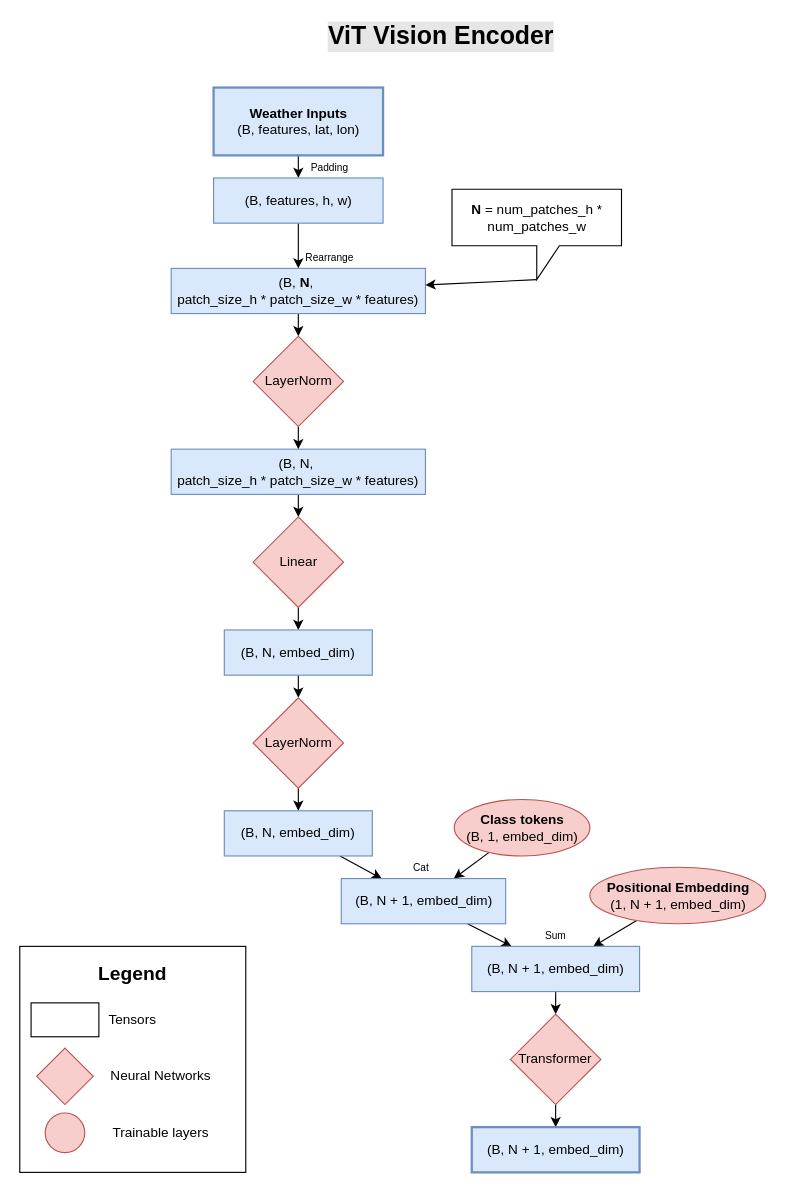
Above: page "ViT" (5 of 5) of doc/model_diagrams/model_diagrams.drawio in meteofrance/mfai (draw.io), before the change. Source tidied: cells renumbered, new cells numbered last; positions are measured from the earlier drawing's top-left corner, leaving out a move shared by most shapes. Both pictures are drawn from the tidied source at 113%, with x=0, y=0 at pixel (19, 19).
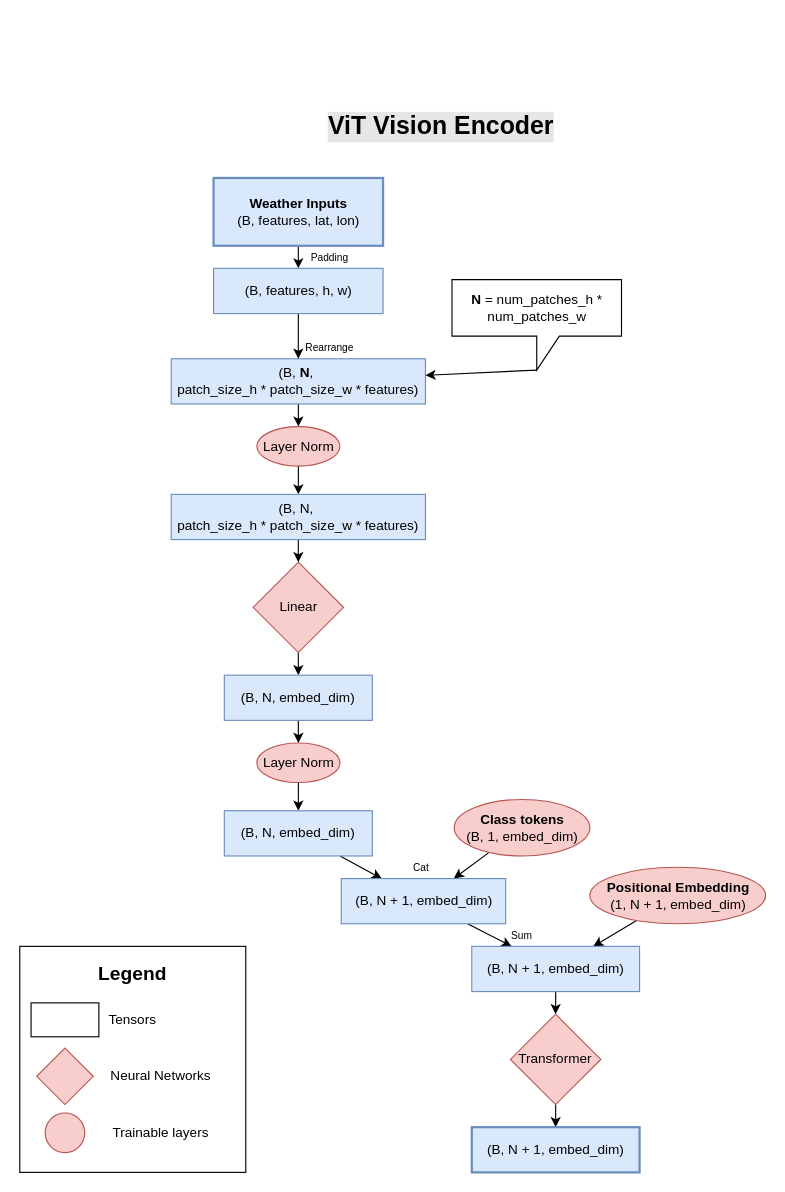
The same diagram, later.

The change refers to these unchanged cells:
```xml
<mxCell id="22" value="&lt;div&gt;(B,&amp;nbsp;&lt;span style=&quot;color: rgb(0, 0, 0); background-color: transparent;&quot;&gt;N&lt;/span&gt;&lt;span style=&quot;background-color: transparent;&quot;&gt;,&amp;nbsp;&lt;/span&gt;&lt;span style=&quot;background-color: transparent;&quot;&gt;embed_dim)&lt;/span&gt;&lt;/div&gt;" style="rounded=0;whiteSpace=wrap;html=1;fillColor=#dae8fc;strokeColor=#6c8ebf;strokeWidth=1;" parent="1" vertex="1">
  <mxGeometry x="181" y="700" width="131" height="40" as="geometry" />
</mxCell>
```

Diff of the diagram source:
```diff
@@
     <mxCell id="3" value="&lt;b&gt;Weather Inputs&lt;/b&gt;&lt;div&gt;(B, features, lat, lon)&lt;/div&gt;" style="rounded=0;whiteSpace=wrap;html=1;fillColor=#dae8fc;strokeColor=#6c8ebf;strokeWidth=2;" parent="1" vertex="1">
-      <mxGeometry x="171.5" y="60" width="150" height="60" as="geometry" />
+      <mxGeometry x="171.5" y="140" width="150" height="60" as="geometry" />
     </mxCell>
     <mxCell id="4" value="ViT Vision Encoder" style="text;html=1;align=center;verticalAlign=middle;whiteSpace=wrap;rounded=0;fontSize=22;fontStyle=1;labelBackgroundColor=#E6E6E6;" parent="1" vertex="1">
-      <mxGeometry x="183" width="380" height="30" as="geometry" />
+      <mxGeometry x="183" y="80" width="380" height="30" as="geometry" />
     </mxCell>
-    <mxCell id="5" style="edgeStyle=none;html=1;" parent="1" edge="1" source="6" target="12">
+    <mxCell id="5" style="edgeStyle=none;html=1;entryX=0.5;entryY=0;entryDx=0;entryDy=0;" parent="1" edge="1" source="6" target="46">
       <mxGeometry relative="1" as="geometry" />
     </mxCell>
     <mxCell id="6" value="&lt;div&gt;(B,&amp;nbsp;&lt;span style=&quot;background-color: transparent;&quot;&gt;&lt;b&gt;N&lt;/b&gt;,&amp;nbsp;&lt;/span&gt;&lt;/div&gt;&lt;div&gt;patch_size_h * patch_size_w * features)&lt;/div&gt;" style="rounded=0;whiteSpace=wrap;html=1;fillColor=#dae8fc;strokeColor=#6c8ebf;strokeWidth=1;" parent="1" vertex="1">
-      <mxGeometry x="134" y="220" width="225" height="40" as="geometry" />
+      <mxGeometry x="134" y="300" width="225" height="40" as="geometry" />
     </mxCell>
@@
     <mxCell id="8" value="&lt;div&gt;(B, features, h, w)&lt;/div&gt;" style="rounded=0;whiteSpace=wrap;html=1;fillColor=#dae8fc;strokeColor=#6c8ebf;strokeWidth=1;" parent="1" vertex="1">
-      <mxGeometry x="171.5" y="140" width="150" height="40" as="geometry" />
+      <mxGeometry x="171.5" y="220" width="150" height="40" as="geometry" />
     </mxCell>
     <mxCell id="9" value="&lt;font style=&quot;font-size: 9px;&quot;&gt;Padding&lt;/font&gt;" style="text;html=1;align=center;verticalAlign=middle;whiteSpace=wrap;rounded=0;" parent="1" vertex="1">
-      <mxGeometry x="246.5" y="120" width="55" height="20" as="geometry" />
+      <mxGeometry x="246.5" y="200" width="55" height="20" as="geometry" />
     </mxCell>
     <mxCell id="10" value="&lt;font style=&quot;font-size: 9px;&quot;&gt;Rearrange&lt;/font&gt;" style="text;html=1;align=center;verticalAlign=middle;whiteSpace=wrap;rounded=0;" parent="1" vertex="1">
-      <mxGeometry x="246.5" y="200" width="55" height="20" as="geometry" />
+      <mxGeometry x="246.5" y="280" width="55" height="20" as="geometry" />
     </mxCell>
-    <mxCell id="11" style="edgeStyle=none;html=1;" parent="1" edge="1" source="12" target="20">
+    <mxCell id="11" style="edgeStyle=none;html=1;" parent="1" edge="1" source="46" target="20">
       <mxGeometry relative="1" as="geometry" />
     </mxCell>
-    <mxCell id="12" value="LayerNorm" style="rhombus;whiteSpace=wrap;html=1;fillColor=#f8cecc;strokeColor=#b85450;" parent="1" vertex="1">
-      <mxGeometry x="206.5" y="280" width="80" height="80" as="geometry" />
-    </mxCell>
@@
     <mxCell id="14" value="Linear" style="rhombus;whiteSpace=wrap;html=1;fillColor=#f8cecc;strokeColor=#b85450;" parent="1" vertex="1">
-      <mxGeometry x="206.5" y="440" width="80" height="80" as="geometry" />
+      <mxGeometry x="206.5" y="480" width="80" height="80" as="geometry" />
     </mxCell>
-    <mxCell id="15" style="edgeStyle=none;html=1;" parent="1" edge="1" source="16" target="18">
+    <mxCell id="15" style="edgeStyle=none;html=1;" parent="1" edge="1" source="16" target="47">
       <mxGeometry relative="1" as="geometry" />
     </mxCell>
     <mxCell id="16" value="&lt;div&gt;(B,&amp;nbsp;&lt;span style=&quot;color: rgb(0, 0, 0); background-color: transparent;&quot;&gt;N&lt;/span&gt;&lt;span style=&quot;background-color: transparent;&quot;&gt;,&amp;nbsp;&lt;/span&gt;&lt;span style=&quot;background-color: transparent;&quot;&gt;embed_dim)&lt;/span&gt;&lt;/div&gt;" style="rounded=0;whiteSpace=wrap;html=1;fillColor=#dae8fc;strokeColor=#6c8ebf;strokeWidth=1;" parent="1" vertex="1">
-      <mxGeometry x="181" y="540" width="131" height="40" as="geometry" />
+      <mxGeometry x="181" y="580" width="131" height="40" as="geometry" />
     </mxCell>
-    <mxCell id="17" style="edgeStyle=none;html=1;" parent="1" edge="1" source="18" target="22">
+    <mxCell id="17" style="edgeStyle=none;html=1;" parent="1" edge="1" source="47" target="22">
       <mxGeometry relative="1" as="geometry" />
     </mxCell>
-    <mxCell id="18" value="LayerNorm" style="rhombus;whiteSpace=wrap;html=1;fillColor=#f8cecc;strokeColor=#b85450;" parent="1" vertex="1">
-      <mxGeometry x="206.5" y="600" width="80" height="80" as="geometry" />
-    </mxCell>
@@
     <mxCell id="20" value="&lt;div&gt;(B,&amp;nbsp;&lt;span style=&quot;background-color: transparent;&quot;&gt;N,&amp;nbsp;&lt;/span&gt;&lt;/div&gt;&lt;div&gt;patch_size_h * patch_size_w * features)&lt;/div&gt;" style="rounded=0;whiteSpace=wrap;html=1;fillColor=#dae8fc;strokeColor=#6c8ebf;strokeWidth=1;" parent="1" vertex="1">
-      <mxGeometry x="134" y="380" width="225" height="40" as="geometry" />
+      <mxGeometry x="134" y="420" width="225" height="40" as="geometry" />
     </mxCell>
@@
     <mxCell id="32" value="&lt;font style=&quot;font-size: 9px;&quot;&gt;Sum&lt;/font&gt;" style="text;html=1;align=center;verticalAlign=middle;whiteSpace=wrap;rounded=0;" parent="1" vertex="1">
-      <mxGeometry x="446.8" y="800" width="55" height="20" as="geometry" />
+      <mxGeometry x="417" y="800" width="55" height="20" as="geometry" />
     </mxCell>
@@
     <mxCell id="37" value="&lt;b&gt;N&lt;/b&gt; =&amp;nbsp;&lt;span style=&quot;color: rgb(0, 0, 0);&quot;&gt;num_patches_h * num_patches_w&lt;/span&gt;" style="shape=callout;whiteSpace=wrap;html=1;perimeter=calloutPerimeter;" parent="1" vertex="1">
-      <mxGeometry x="382.5" y="150" width="150" height="80" as="geometry" />
+      <mxGeometry x="382.5" y="230" width="150" height="80" as="geometry" />
     </mxCell>
@@
+    <mxCell id="46" value="Layer Norm" style="ellipse;whiteSpace=wrap;html=1;fillColor=#f8cecc;strokeColor=#b85450;" parent="1" vertex="1">
+      <mxGeometry x="209.8" y="360" width="73.5" height="35" as="geometry" />
+    </mxCell>
+    <mxCell id="47" value="Layer Norm" style="ellipse;whiteSpace=wrap;html=1;fillColor=#f8cecc;strokeColor=#b85450;" parent="1" vertex="1">
+      <mxGeometry x="209.8" y="640" width="73.5" height="35" as="geometry" />
+    </mxCell>
```
